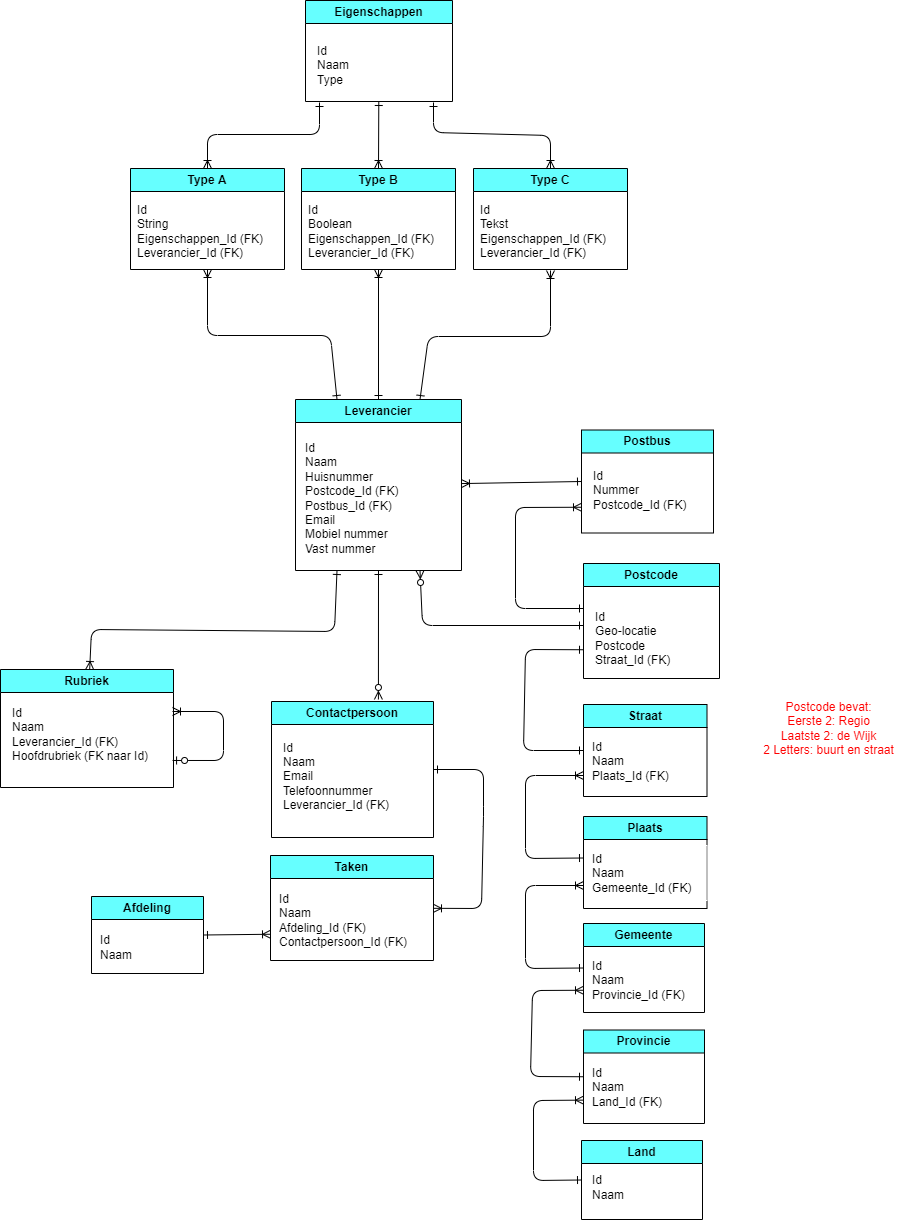
Dabra720/educom-data-science keeps this draw.io diagram as relational-data-storage/opdracht-1/DS-opdracht-1-v1.drawio.png. Above is the earlier version. Source tidied: cells renumbered, new cells last; positions are measured from the earlier drawing's top-left corner, leaving out a move shared by most shapes.
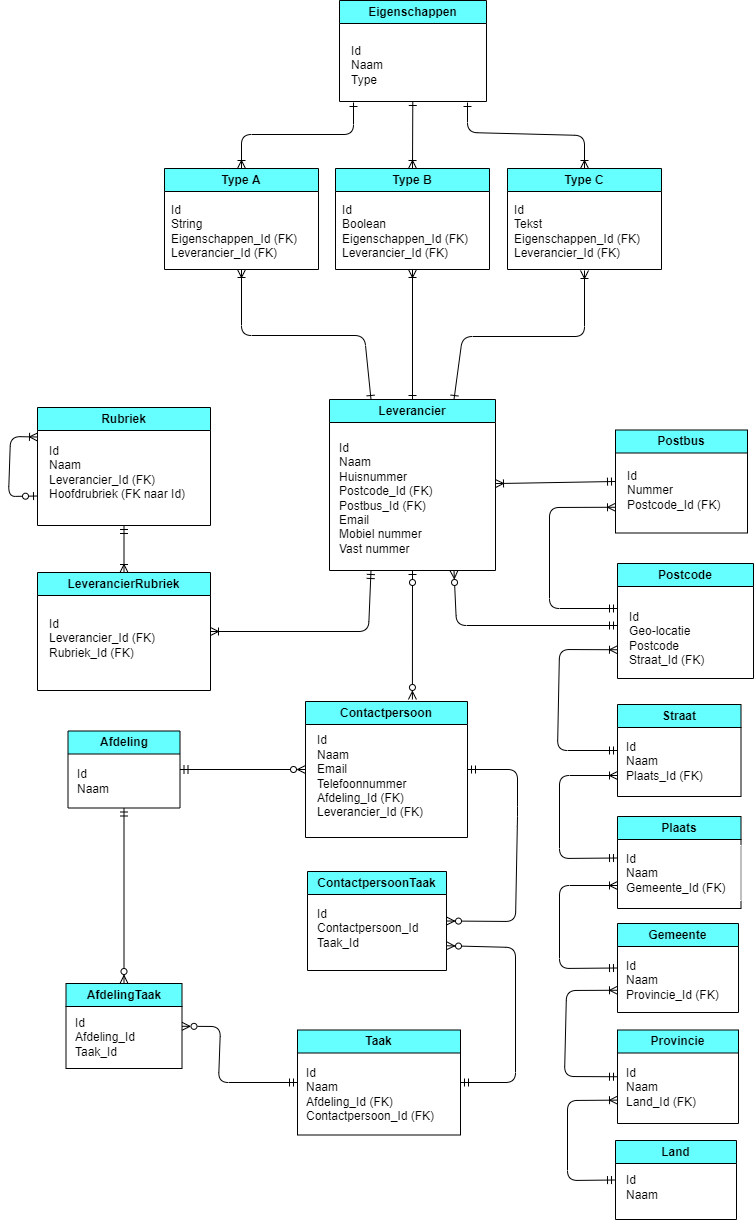
After the change.

The edit, as a diff of the source:
```diff
@@ -2,7 +2,7 @@
   <root>
     <mxCell id="0" />
     <mxCell id="1" parent="0" />
-    <mxCell id="2" style="edgeStyle=none;html=1;startArrow=ERzeroToMany;startFill=0;endArrow=ERone;endFill=0;exitX=0.75;exitY=1;exitDx=0;exitDy=0;strokeColor=#000000;fontColor=#000000;" parent="1" edge="1" source="4">
+    <mxCell id="2" style="edgeStyle=none;html=1;startArrow=ERzeroToMany;startFill=0;endArrow=ERmandOne;endFill=0;exitX=0.75;exitY=1;exitDx=0;exitDy=0;strokeColor=#000000;fontColor=#000000;" parent="1" edge="1" source="4">
       <mxGeometry relative="1" as="geometry">
         <mxPoint x="583" y="625" as="targetPoint" />
         <Array as="points">
@@ -10,7 +10,7 @@
         </Array>
       </mxGeometry>
     </mxCell>
-    <mxCell id="3" style="edgeStyle=none;html=1;entryX=0;entryY=0.5;entryDx=0;entryDy=0;strokeColor=#000000;startArrow=ERoneToMany;startFill=0;endArrow=ERone;endFill=0;" parent="1" edge="1" source="4" target="19">
+    <mxCell id="3" style="edgeStyle=none;html=1;entryX=0;entryY=0.5;entryDx=0;entryDy=0;strokeColor=#000000;startArrow=ERoneToMany;startFill=0;endArrow=ERmandOne;endFill=0;" parent="1" edge="1" source="4" target="19">
       <mxGeometry relative="1" as="geometry" />
     </mxCell>
     <mxCell id="4" value="Leverancier" style="swimlane;whiteSpace=wrap;html=1;strokeColor=#000000;fontColor=#000000;fillStyle=solid;fillColor=#66FFFF;" parent="1" vertex="1">
@@ -19,39 +19,29 @@
     <mxCell id="5" value="Id&lt;br&gt;Naam&lt;br&gt;Huisnummer&lt;br&gt;Postcode_Id (FK)&lt;br&gt;Postbus_Id (FK)&lt;br&gt;Email&lt;br&gt;Mobiel nummer&lt;br&gt;Vast nummer" style="text;html=1;align=left;verticalAlign=middle;strokeColor=#FFFFFF;fillColor=none;fontColor=#000000;" parent="4" vertex="1">
       <mxGeometry x="8" y="35" width="111" height="127" as="geometry" />
     </mxCell>
-    <mxCell id="6" style="edgeStyle=none;html=1;entryX=0.25;entryY=1;entryDx=0;entryDy=0;endArrow=ERone;endFill=0;startArrow=ERoneToMany;startFill=0;strokeColor=#000000;fontColor=#000000;" parent="1" edge="1" source="7" target="4">
+    <mxCell id="6" style="edgeStyle=none;html=1;entryX=0.25;entryY=1;entryDx=0;entryDy=0;endArrow=ERmandOne;endFill=0;startArrow=ERoneToMany;startFill=0;strokeColor=#000000;fontColor=#000000;exitX=1;exitY=0.5;exitDx=0;exitDy=0;" parent="1" edge="1" source="63" target="4">
       <mxGeometry relative="1" as="geometry">
         <Array as="points">
-          <mxPoint x="91" y="629" />
           <mxPoint x="334" y="631" />
         </Array>
       </mxGeometry>
     </mxCell>
     <mxCell id="7" value="Rubriek" style="swimlane;whiteSpace=wrap;html=1;strokeColor=#000000;fontColor=#000000;fillColor=#66FFFF;" parent="1" vertex="1">
-      <mxGeometry y="669" width="173" height="118" as="geometry" />
+      <mxGeometry x="3" y="407" width="173" height="118" as="geometry" />
     </mxCell>
     <mxCell id="8" value="Id&lt;br&gt;Naam&lt;br&gt;Leverancier_Id (FK)&lt;br&gt;Hoofdrubriek (FK naar Id)" style="text;html=1;align=left;verticalAlign=middle;points=[];strokeColor=#FFFFFF;fillColor=none;fontColor=#000000;" parent="7" vertex="1">
       <mxGeometry x="10" y="30" width="160" height="70" as="geometry" />
     </mxCell>
-    <mxCell id="9" style="edgeStyle=none;html=1;startArrow=ERzeroToOne;startFill=0;endArrow=ERoneToMany;endFill=0;exitX=1.013;exitY=0.871;exitDx=0;exitDy=0;strokeColor=#000000;fontColor=#000000;exitPerimeter=0;" parent="7" edge="1" source="8">
-      <mxGeometry relative="1" as="geometry">
-        <mxPoint x="172" y="42" as="targetPoint" />
-        <Array as="points">
-          <mxPoint x="223" y="91" />
-          <mxPoint x="223" y="42" />
-        </Array>
-      </mxGeometry>
-    </mxCell>
-    <mxCell id="10" style="edgeStyle=none;html=1;entryX=0.5;entryY=1;entryDx=0;entryDy=0;startArrow=ERzeroToMany;startFill=0;endArrow=ERone;endFill=0;exitX=0.66;exitY=-0.015;exitDx=0;exitDy=0;exitPerimeter=0;strokeColor=#000000;fontColor=#000000;" parent="1" edge="1" source="11" target="4">
+    <mxCell id="10" style="edgeStyle=none;html=1;entryX=0.5;entryY=1;entryDx=0;entryDy=0;startArrow=ERzeroToMany;startFill=0;endArrow=ERzeroToOne;endFill=0;exitX=0.66;exitY=-0.015;exitDx=0;exitDy=0;exitPerimeter=0;strokeColor=#000000;fontColor=#000000;" parent="1" edge="1" source="11" target="4">
       <mxGeometry relative="1" as="geometry" />
     </mxCell>
     <mxCell id="11" value="Contactpersoon" style="swimlane;whiteSpace=wrap;html=1;strokeColor=#000000;fontColor=#000000;fillColor=#66FFFF;" parent="1" vertex="1">
       <mxGeometry x="271" y="701" width="162" height="136" as="geometry" />
     </mxCell>
-    <mxCell id="12" value="Id&lt;br&gt;Naam&lt;br&gt;Email&lt;br&gt;Telefoonnummer&lt;br&gt;Leverancier_Id (FK)" style="text;html=1;align=left;verticalAlign=middle;strokeColor=#FFFFFF;fillColor=none;fontColor=#000000;" parent="11" vertex="1">
-      <mxGeometry x="10" y="30" width="130" height="90" as="geometry" />
+    <mxCell id="12" value="Id&lt;br&gt;Naam&lt;br&gt;Email&lt;br&gt;Telefoonnummer&lt;br&gt;Afdeling_Id (FK)&lt;br&gt;Leverancier_Id (FK)" style="text;html=1;align=left;verticalAlign=middle;strokeColor=#FFFFFF;fillColor=none;fontColor=#000000;" parent="11" vertex="1">
+      <mxGeometry x="10" y="26" width="124" height="98" as="geometry" />
     </mxCell>
-    <mxCell id="13" style="edgeStyle=none;html=1;startArrow=ERone;startFill=0;endArrow=ERoneToMany;endFill=0;strokeColor=#000000;fontColor=#000000;entryX=0;entryY=0.75;entryDx=0;entryDy=0;exitX=0;exitY=0.5;exitDx=0;exitDy=0;" parent="1" edge="1" source="41" target="16">
+    <mxCell id="13" style="edgeStyle=none;html=1;startArrow=ERmandOne;startFill=0;endArrow=ERoneToMany;endFill=0;strokeColor=#000000;fontColor=#000000;entryX=0;entryY=0.75;entryDx=0;entryDy=0;exitX=0;exitY=0.5;exitDx=0;exitDy=0;" parent="1" edge="1" source="41" target="16">
       <mxGeometry relative="1" as="geometry">
         <Array as="points">
           <mxPoint x="525" y="968" />
@@ -71,7 +61,7 @@
     <mxCell id="17" value="Id&lt;br&gt;Naam&lt;br&gt;Gemeente_Id&amp;nbsp;(FK)" style="text;html=1;align=left;verticalAlign=middle;strokeColor=#FFFFFF;fillColor=none;fontColor=#000000;" parent="16" vertex="1">
       <mxGeometry x="6.5" y="29" width="117" height="55" as="geometry" />
     </mxCell>
-    <mxCell id="18" style="edgeStyle=none;html=1;startArrow=ERoneToMany;startFill=0;endArrow=ERone;endFill=0;strokeColor=#000000;fontColor=#000000;exitX=0;exitY=0.75;exitDx=0;exitDy=0;" parent="1" edge="1" source="19">
+    <mxCell id="18" style="edgeStyle=none;html=1;startArrow=ERoneToMany;startFill=0;endArrow=ERmandOne;endFill=0;strokeColor=#000000;fontColor=#000000;exitX=0;exitY=0.75;exitDx=0;exitDy=0;" parent="1" edge="1" source="19">
       <mxGeometry relative="1" as="geometry">
         <mxPoint x="583" y="608" as="targetPoint" />
         <Array as="points">
@@ -113,17 +103,17 @@
     <mxCell id="25" value="Id&lt;br&gt;Naam&lt;br&gt;Type" style="text;html=1;align=left;verticalAlign=middle;strokeColor=#FFFFFF;fillColor=none;fontColor=#000000;" parent="24" vertex="1">
       <mxGeometry x="10" y="37" width="50" height="55" as="geometry" />
     </mxCell>
-    <mxCell id="26" style="edgeStyle=none;html=1;entryX=1;entryY=0.5;entryDx=0;entryDy=0;startArrow=ERoneToMany;startFill=0;endArrow=ERone;endFill=0;strokeColor=#000000;fontColor=#000000;" parent="1" edge="1" source="27" target="11">
+    <mxCell id="26" style="edgeStyle=none;html=1;entryX=1;entryY=0.5;entryDx=0;entryDy=0;startArrow=ERzeroToMany;startFill=0;endArrow=ERmandOne;endFill=0;strokeColor=#000000;fontColor=#000000;exitX=1;exitY=0.5;exitDx=0;exitDy=0;" parent="1" edge="1" source="57" target="11">
       <mxGeometry relative="1" as="geometry">
         <Array as="points">
-          <mxPoint x="481" y="908" />
+          <mxPoint x="481" y="921" />
           <mxPoint x="483" y="816" />
           <mxPoint x="483" y="769" />
         </Array>
       </mxGeometry>
     </mxCell>
-    <mxCell id="27" value="Taken" style="swimlane;whiteSpace=wrap;html=1;strokeColor=#000000;fontColor=#000000;fillColor=#66FFFF;" parent="1" vertex="1">
-      <mxGeometry x="270" y="855" width="163" height="105" as="geometry" />
+    <mxCell id="27" value="Taak" style="swimlane;whiteSpace=wrap;html=1;strokeColor=#000000;fontColor=#000000;fillColor=#66FFFF;startSize=23;" parent="1" vertex="1">
+      <mxGeometry x="263" y="1029.5" width="163" height="105" as="geometry" />
     </mxCell>
     <mxCell id="28" value="Id&lt;br&gt;Naam&lt;br&gt;Afdeling_Id (FK)&lt;br&gt;Contactpersoon_Id (FK)" style="text;html=1;align=left;verticalAlign=middle;strokeColor=#FFFFFF;fillColor=none;fontColor=#000000;" parent="27" vertex="1">
       <mxGeometry x="6.5" y="29.5" width="146" height="70" as="geometry" />
@@ -166,15 +156,15 @@
         </Array>
       </mxGeometry>
     </mxCell>
+    <mxCell id="54" style="edgeStyle=none;html=1;entryX=0;entryY=0.5;entryDx=0;entryDy=0;strokeColor=#000000;fontColor=#000000;startArrow=ERmandOne;startFill=0;endArrow=ERzeroToMany;endFill=0;" parent="1" edge="1" source="38" target="11">
+      <mxGeometry relative="1" as="geometry" />
+    </mxCell>
     <mxCell id="38" value="Afdeling" style="swimlane;whiteSpace=wrap;html=1;strokeColor=#000000;fontColor=#000000;fillColor=#66FFFF;" parent="1" vertex="1">
-      <mxGeometry x="91" y="896" width="112" height="77" as="geometry" />
+      <mxGeometry x="33.5" y="730.5" width="112" height="77" as="geometry" />
     </mxCell>
     <mxCell id="39" value="Id&lt;br&gt;Naam" style="text;html=1;align=left;verticalAlign=middle;strokeColor=#FFFFFF;fillColor=none;fontColor=#000000;" parent="38" vertex="1">
       <mxGeometry x="7" y="30" width="50" height="41" as="geometry" />
     </mxCell>
-    <mxCell id="40" value="Postcode bevat:&lt;br&gt;Eerste 2: Regio&lt;br&gt;Laatste 2: de Wijk&lt;br&gt;2 Letters: buurt en straat" style="text;html=1;align=center;verticalAlign=middle;strokeColor=none;fillColor=none;fontColor=#FF0000;" parent="1" vertex="1">
-      <mxGeometry x="753" y="693" width="149" height="70" as="geometry" />
-    </mxCell>
     <mxCell id="41" value="Gemeente" style="swimlane;whiteSpace=wrap;html=1;strokeColor=#000000;fontColor=#000000;fillColor=#66FFFF;" parent="1" vertex="1">
       <mxGeometry x="583" y="923" width="121" height="89" as="geometry" />
     </mxCell>
@@ -193,10 +183,10 @@
     <mxCell id="46" value="Id&lt;br&gt;Naam" style="text;html=1;align=left;verticalAlign=middle;strokeColor=#FFFFFF;fillColor=none;fontColor=#000000;" parent="45" vertex="1">
       <mxGeometry x="8.5" y="26.2" width="50" height="41" as="geometry" />
     </mxCell>
-    <mxCell id="47" style="edgeStyle=none;html=1;entryX=1;entryY=0.5;entryDx=0;entryDy=0;strokeColor=#000000;fontColor=#FF0000;startArrow=ERoneToMany;startFill=0;endArrow=ERone;endFill=0;exitX=0;exitY=0.75;exitDx=0;exitDy=0;" parent="1" edge="1" source="27" target="38">
+    <mxCell id="47" style="edgeStyle=none;html=1;entryX=0.5;entryY=1;entryDx=0;entryDy=0;strokeColor=#000000;fontColor=#FF0000;startArrow=ERzeroToMany;startFill=0;endArrow=ERmandOne;endFill=0;exitX=0.5;exitY=0;exitDx=0;exitDy=0;" parent="1" edge="1" source="60" target="38">
       <mxGeometry relative="1" as="geometry" />
     </mxCell>
-    <mxCell id="48" style="edgeStyle=none;html=1;strokeColor=#000000;fontColor=#FF0000;startArrow=ERone;startFill=0;endArrow=ERoneToMany;endFill=0;entryX=0;entryY=0.75;entryDx=0;entryDy=0;exitX=0;exitY=0.5;exitDx=0;exitDy=0;" parent="1" edge="1" source="43" target="41">
+    <mxCell id="48" style="edgeStyle=none;html=1;strokeColor=#000000;fontColor=#FF0000;startArrow=ERmandOne;startFill=0;endArrow=ERoneToMany;endFill=0;entryX=0;entryY=0.75;entryDx=0;entryDy=0;exitX=0;exitY=0.5;exitDx=0;exitDy=0;" parent="1" edge="1" source="43" target="41">
       <mxGeometry relative="1" as="geometry">
         <Array as="points">
           <mxPoint x="530" y="1076" />
@@ -204,7 +194,7 @@
         </Array>
       </mxGeometry>
     </mxCell>
-    <mxCell id="49" style="edgeStyle=none;html=1;strokeColor=#000000;fontColor=#FF0000;startArrow=ERoneToMany;startFill=0;endArrow=ERone;endFill=0;exitX=0;exitY=0.75;exitDx=0;exitDy=0;entryX=0;entryY=0.5;entryDx=0;entryDy=0;" parent="1" edge="1" source="43" target="45">
+    <mxCell id="49" style="edgeStyle=none;html=1;strokeColor=#000000;fontColor=#FF0000;startArrow=ERoneToMany;startFill=0;endArrow=ERmandOne;endFill=0;exitX=0;exitY=0.75;exitDx=0;exitDy=0;entryX=0;entryY=0.5;entryDx=0;entryDy=0;" parent="1" edge="1" source="43" target="45">
       <mxGeometry relative="1" as="geometry">
         <Array as="points">
           <mxPoint x="533" y="1100" />
@@ -212,7 +202,7 @@
         </Array>
       </mxGeometry>
     </mxCell>
-    <mxCell id="50" style="edgeStyle=none;html=1;strokeColor=#000000;fontColor=#FF0000;startArrow=ERone;startFill=0;endArrow=ERone;endFill=0;exitX=0;exitY=0.75;exitDx=0;exitDy=0;entryX=0;entryY=0.5;entryDx=0;entryDy=0;" parent="1" edge="1" source="14" target="51">
+    <mxCell id="50" style="edgeStyle=none;html=1;strokeColor=#000000;fontColor=#FF0000;startArrow=ERoneToMany;startFill=0;endArrow=ERmandOne;endFill=0;exitX=0;exitY=0.75;exitDx=0;exitDy=0;entryX=0;entryY=0.5;entryDx=0;entryDy=0;" parent="1" edge="1" source="14" target="51">
       <mxGeometry relative="1" as="geometry">
         <Array as="points">
           <mxPoint x="525" y="649" />
@@ -226,7 +216,7 @@
     <mxCell id="52" value="Id&lt;br&gt;Naam&lt;br&gt;Plaats_Id&amp;nbsp;(FK)" style="text;html=1;align=left;verticalAlign=middle;strokeColor=#FFFFFF;fillColor=none;fontColor=#000000;" parent="51" vertex="1">
       <mxGeometry x="6.5" y="29" width="95" height="55" as="geometry" />
     </mxCell>
-    <mxCell id="53" style="edgeStyle=none;html=1;startArrow=ERone;startFill=0;endArrow=ERoneToMany;endFill=0;strokeColor=#000000;fontColor=#000000;entryX=0;entryY=0.75;entryDx=0;entryDy=0;exitX=0;exitY=0.5;exitDx=0;exitDy=0;" parent="1" edge="1">
+    <mxCell id="53" style="edgeStyle=none;html=1;startArrow=ERmandOne;startFill=0;endArrow=ERoneToMany;endFill=0;strokeColor=#000000;fontColor=#000000;entryX=0;entryY=0.75;entryDx=0;entryDy=0;exitX=0;exitY=0.5;exitDx=0;exitDy=0;" parent="1" edge="1">
       <mxGeometry relative="1" as="geometry">
         <mxPoint x="583" y="857.5" as="sourcePoint" />
         <mxPoint x="583" y="775" as="targetPoint" />
@@ -236,5 +226,50 @@
         </Array>
       </mxGeometry>
     </mxCell>
+    <mxCell id="55" style="edgeStyle=none;html=1;startArrow=ERzeroToOne;startFill=0;endArrow=ERoneToMany;endFill=0;exitX=0;exitY=0.75;exitDx=0;exitDy=0;strokeColor=#000000;fontColor=#000000;entryX=0;entryY=0.25;entryDx=0;entryDy=0;" parent="1" edge="1" source="7" target="7">
+      <mxGeometry relative="1" as="geometry">
+        <Array as="points">
+          <mxPoint x="-26" y="496" />
+          <mxPoint x="-24" y="436" />
+        </Array>
+      </mxGeometry>
+    </mxCell>
+    <mxCell id="56" style="edgeStyle=none;html=1;strokeColor=#000000;fontColor=#000000;startArrow=ERzeroToMany;startFill=0;endArrow=ERmandOne;endFill=0;exitX=1;exitY=0.75;exitDx=0;exitDy=0;entryX=1;entryY=0.5;entryDx=0;entryDy=0;" parent="1" edge="1" source="57" target="27">
+      <mxGeometry relative="1" as="geometry">
+        <Array as="points">
+          <mxPoint x="481" y="947" />
+          <mxPoint x="481" y="1082" />
+        </Array>
+      </mxGeometry>
+    </mxCell>
+    <mxCell id="57" value="ContactpersoonTaak" style="swimlane;whiteSpace=wrap;html=1;strokeColor=#000000;fontColor=#000000;fillColor=#66FFFF;" parent="1" vertex="1">
+      <mxGeometry x="273" y="871" width="139" height="99" as="geometry" />
+    </mxCell>
+    <mxCell id="58" value="Id&lt;br&gt;Contactpersoon_Id&lt;br&gt;Taak_Id" style="text;html=1;align=left;verticalAlign=middle;strokeColor=#FFFFFF;fillColor=none;fontColor=#000000;" parent="57" vertex="1">
+      <mxGeometry x="7.5" y="29" width="119" height="55" as="geometry" />
+    </mxCell>
+    <mxCell id="59" style="edgeStyle=none;html=1;entryX=0;entryY=0.5;entryDx=0;entryDy=0;strokeColor=#000000;fontColor=#000000;startArrow=ERzeroToMany;startFill=0;endArrow=ERmandOne;endFill=0;" parent="1" edge="1" source="60" target="27">
+      <mxGeometry relative="1" as="geometry">
+        <Array as="points">
+          <mxPoint x="186" y="1026" />
+          <mxPoint x="184" y="1082" />
+        </Array>
+      </mxGeometry>
+    </mxCell>
+    <mxCell id="60" value="AfdelingTaak" style="swimlane;whiteSpace=wrap;html=1;strokeColor=#000000;fontColor=#000000;fillColor=#66FFFF;" parent="1" vertex="1">
+      <mxGeometry x="31.5" y="983" width="116" height="85" as="geometry" />
+    </mxCell>
+    <mxCell id="61" value="Id&lt;br&gt;Afdeling_Id&lt;br&gt;Taak_Id" style="text;html=1;align=left;verticalAlign=middle;strokeColor=#FFFFFF;fillColor=none;fontColor=#000000;" parent="60" vertex="1">
+      <mxGeometry x="7.5" y="26" width="78" height="55" as="geometry" />
+    </mxCell>
+    <mxCell id="62" style="edgeStyle=none;html=1;entryX=0.5;entryY=1;entryDx=0;entryDy=0;strokeColor=#000000;fontColor=#000000;startArrow=ERoneToMany;startFill=0;endArrow=ERmandOne;endFill=0;" parent="1" edge="1" source="63" target="7">
+      <mxGeometry relative="1" as="geometry" />
+    </mxCell>
+    <mxCell id="63" value="LeverancierRubriek" style="swimlane;whiteSpace=wrap;html=1;strokeColor=#000000;fontColor=#000000;fillColor=#66FFFF;" parent="1" vertex="1">
+      <mxGeometry x="3" y="572" width="173" height="118" as="geometry" />
+    </mxCell>
+    <mxCell id="64" value="Id&lt;br&gt;Leverancier_Id (FK)&lt;br&gt;Rubriek_Id (FK)" style="text;html=1;align=left;verticalAlign=middle;strokeColor=#FFFFFF;fillColor=none;fontColor=#000000;" parent="63" vertex="1">
+      <mxGeometry x="10" y="38" width="124" height="55" as="geometry" />
+    </mxCell>
   </root>
 </mxGraphModel>
```
